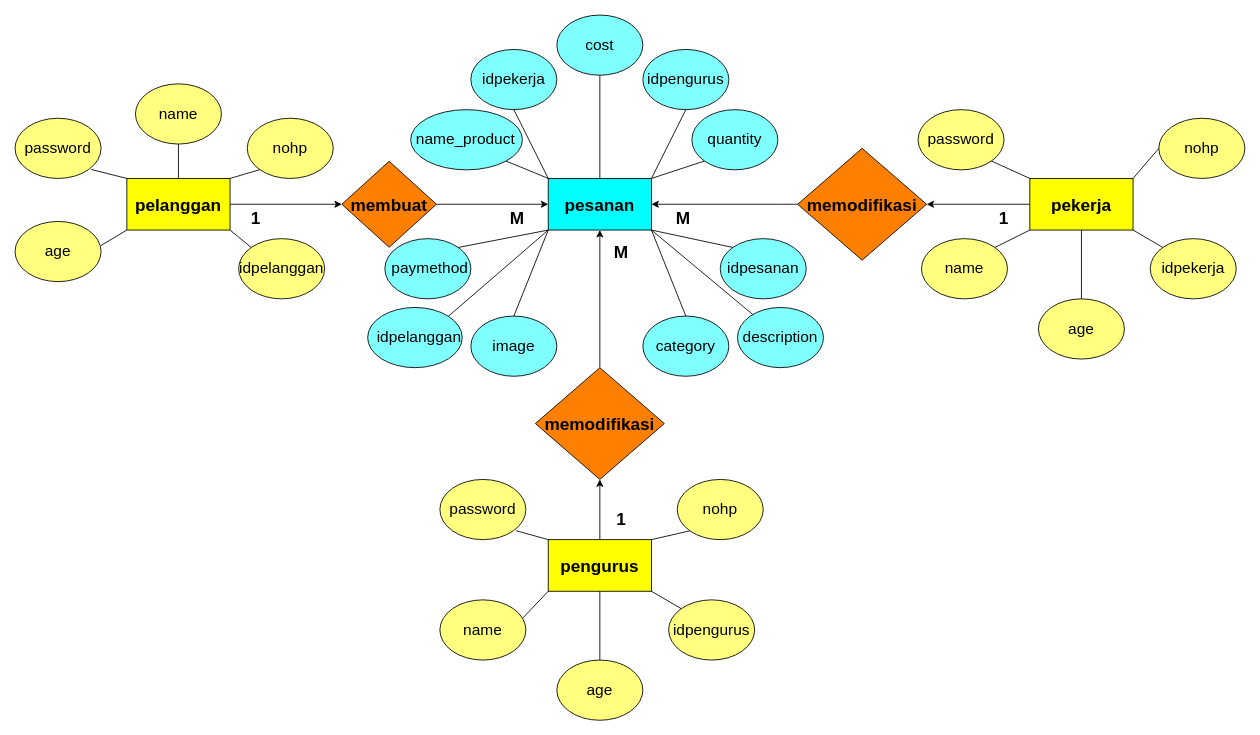
VisualGitCode/VisualGitCode.github.io keeps this draw.io diagram as ERD.drawio. Above is the earlier version. Source tidied: cells renumbered, new cells numbered last; positions are measured from the earlier drawing's top-left corner, leaving out a move shared by most shapes. Both pictures are drawn from the tidied source at 86%, with x=0, y=0 at pixel (15, 15).
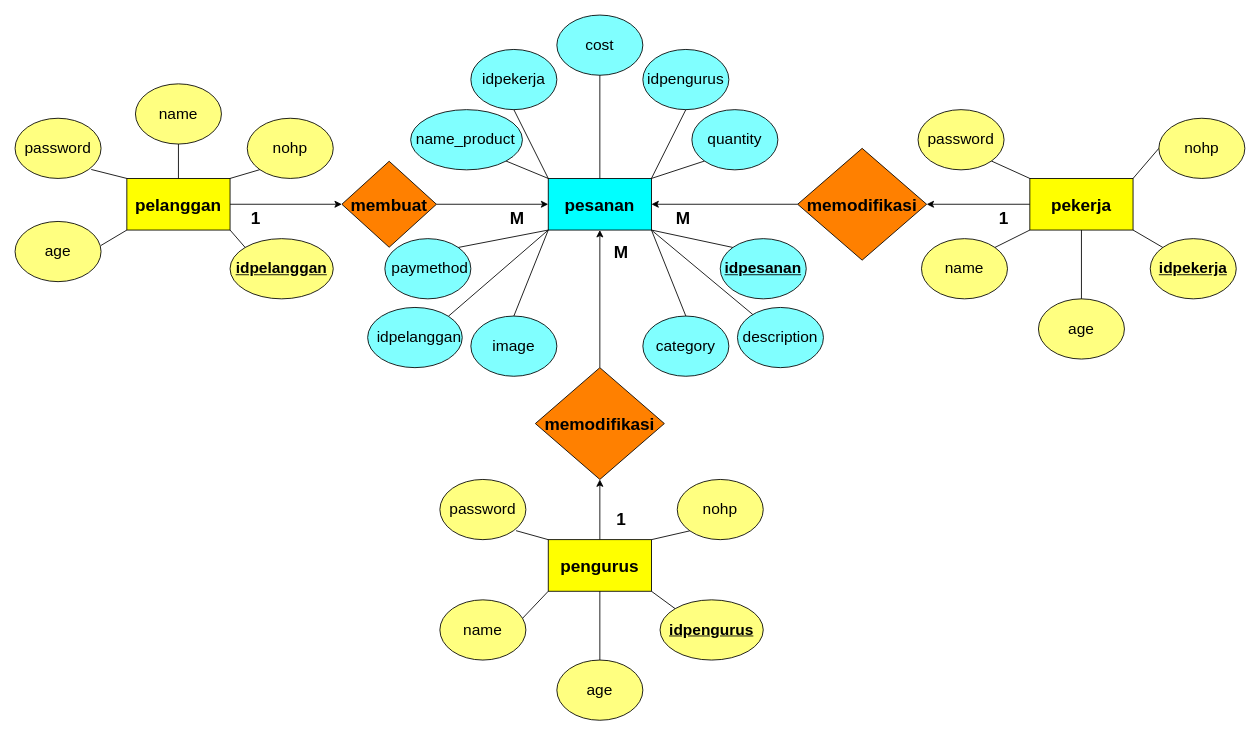
Above is the later version.

Diff of the diagram source:
```diff
@@
-    <mxCell id="28" value="idpesanan" style="text;strokeColor=none;align=center;fillColor=none;html=1;verticalAlign=middle;whiteSpace=wrap;rounded=0;fontSize=18;" parent="1" vertex="1">
+    <mxCell id="28" value="idpesanan" style="text;strokeColor=none;align=center;fillColor=none;html=1;verticalAlign=middle;whiteSpace=wrap;rounded=0;fontSize=18;fontStyle=5;" parent="1" vertex="1">
       <mxGeometry x="840" y="280" width="60" height="30" as="geometry" />
     </mxCell>
@@
     <mxCell id="37" style="ellipse;whiteSpace=wrap;html=1;fillColor=#FFFF80;" parent="1" vertex="1">
-      <mxGeometry x="260" y="260" width="100" height="70" as="geometry" />
+      <mxGeometry x="250" y="260" width="120" height="70" as="geometry" />
     </mxCell>
-    <mxCell id="38" value="idpelanggan" style="text;strokeColor=none;align=center;fillColor=none;html=1;verticalAlign=middle;whiteSpace=wrap;rounded=0;fontSize=18;" parent="1" vertex="1">
+    <mxCell id="38" value="idpelanggan" style="text;strokeColor=none;align=center;fillColor=none;html=1;verticalAlign=middle;whiteSpace=wrap;rounded=0;fontSize=18;fontStyle=5;" parent="1" vertex="1">
       <mxGeometry x="280" y="280" width="60" height="30" as="geometry" />
     </mxCell>
@@
     <mxCell id="79" style="ellipse;whiteSpace=wrap;html=1;fillColor=#FFFF80;" parent="1" vertex="1">
-      <mxGeometry x="760" y="680" width="100" height="70" as="geometry" />
+      <mxGeometry x="750" y="680" width="120" height="70" as="geometry" />
     </mxCell>
-    <mxCell id="80" value="idpengurus" style="text;strokeColor=none;align=center;fillColor=none;html=1;verticalAlign=middle;whiteSpace=wrap;rounded=0;fontSize=18;" parent="1" vertex="1">
+    <mxCell id="80" value="idpengurus" style="text;strokeColor=none;align=center;fillColor=none;html=1;verticalAlign=middle;whiteSpace=wrap;rounded=0;fontSize=18;fontStyle=5;" parent="1" vertex="1">
       <mxGeometry x="780" y="700" width="60" height="30" as="geometry" />
     </mxCell>
@@
-    <mxCell id="94" value="idpekerja" style="text;strokeColor=none;align=center;fillColor=none;html=1;verticalAlign=middle;whiteSpace=wrap;rounded=0;fontSize=18;" parent="1" vertex="1">
+    <mxCell id="94" value="idpekerja" style="text;strokeColor=none;align=center;fillColor=none;html=1;verticalAlign=middle;whiteSpace=wrap;rounded=0;fontSize=18;fontStyle=5;" parent="1" vertex="1">
       <mxGeometry x="1340" y="280" width="60" height="30" as="geometry" />
     </mxCell>
```
